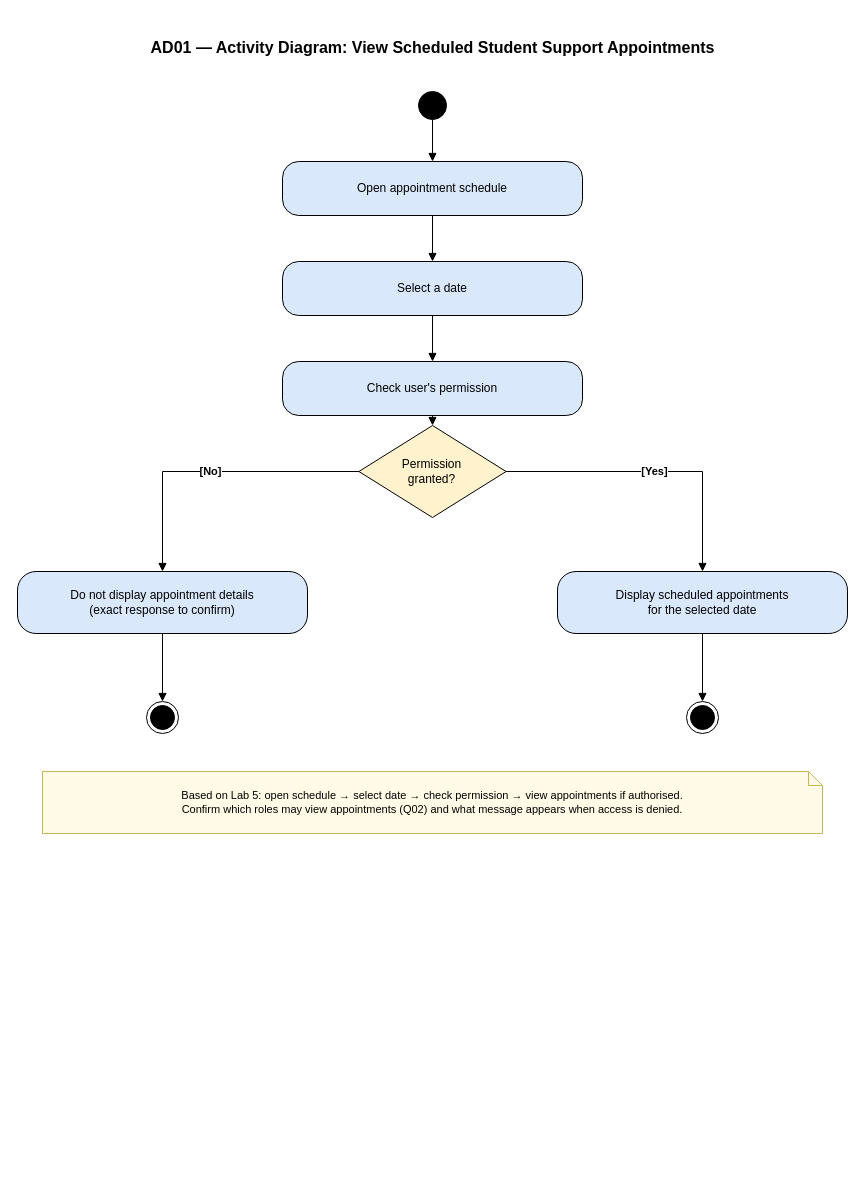
Above: project/diagrams/AD01-activity-diagram.drawio in ahhsurelookit/Requirements-Engineering-Project (draw.io), before the change. Source tidied: cells renumbered, new cells numbered last; positions are measured from the earlier drawing's top-left corner, leaving out a move shared by most shapes. Both pictures are drawn from the tidied source at 100%, with x=0, y=0 at pixel (17, 31).
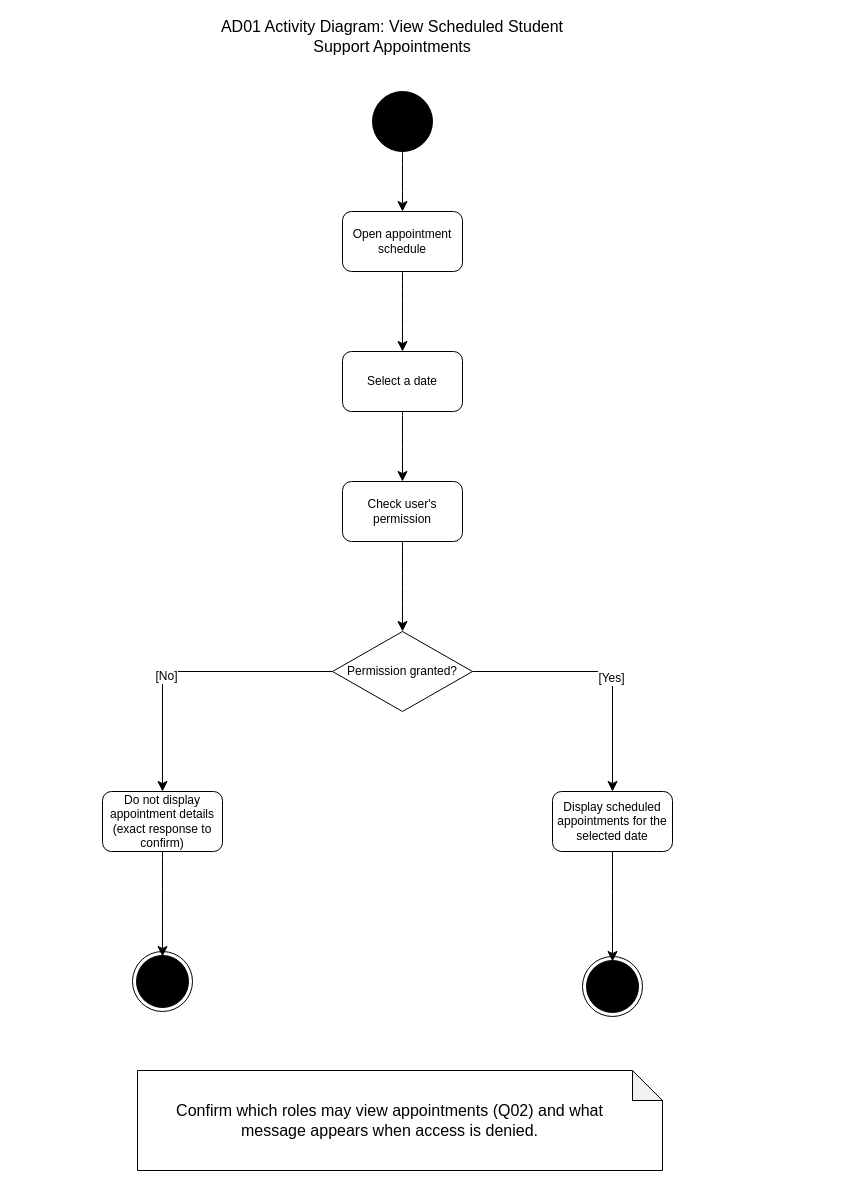
After the change.

The edit, as a diff of the source:
```diff
@@
-<mxGraphModel>
+<mxGraphModel background="light-dark(#ffffff, #121212)">
@@
-    <mxCell id="2" value="AD01 — Activity Diagram: View Scheduled Student Support Appointments" style="text;html=1;align=center;fontStyle=1;fontSize=16;" parent="1" vertex="1">
-      <mxGeometry x="5" width="820" height="40" as="geometry" />
-    </mxCell>
-    <mxCell id="3" style="ellipse;fillColor=#000000;strokeColor=#000000;" parent="1" vertex="1">
-      <mxGeometry x="401" y="60" width="28" height="28" as="geometry" />
-    </mxCell>
+    <mxCell id="21" style="edgeStyle=none;curved=1;rounded=0;curveGeometry=1;jettySize=auto;html=1;fontSize=12;defaultLabelBackgroundColor=page;labelPadding=0 4;startSize=8;endSize=8;fontColor=default;" parent="1" edge="1" source="22" target="4">
+      <mxGeometry relative="1" as="geometry" />
+    </mxCell>
+    <mxCell id="22" style="ellipse;html=1;fillColor=#000000;strokeColor=#000000;rounded=0;" parent="1" vertex="1">
+      <mxGeometry x="355" y="60" width="60" height="60" as="geometry" />
+    </mxCell>
+    <mxCell id="13" style="edgeStyle=none;curved=1;rounded=0;curveGeometry=1;jettySize=auto;html=1;fontSize=12;defaultLabelBackgroundColor=page;labelPadding=0 4;startSize=8;endSize=8;fontColor=default;" parent="1" edge="1" source="4" target="5">
+      <mxGeometry relative="1" as="geometry" />
+    </mxCell>
-    <mxCell id="4" value="Open appointment schedule" style="rounded=1;arcSize=30;whiteSpace=wrap;html=1;fillColor=#dae8fc;strokeColor=#000000;" parent="1" vertex="1">
-      <mxGeometry x="265" y="130" width="300" height="54" as="geometry" />
+    <mxCell id="4" value="Open appointment schedule" style="rounded=1;whiteSpace=wrap;html=1;labelBackgroundColor=none;roundedPerimeter=1;" parent="1" vertex="1">
+      <mxGeometry x="325" y="180" width="120" height="60" as="geometry" />
     </mxCell>
+    <mxCell id="14" style="edgeStyle=none;curved=1;rounded=0;curveGeometry=1;jettySize=auto;html=1;fontSize=12;defaultLabelBackgroundColor=page;labelPadding=0 4;startSize=8;endSize=8;fontColor=default;" parent="1" edge="1" source="5" target="6">
+      <mxGeometry relative="1" as="geometry" />
+    </mxCell>
-    <mxCell id="5" value="Select a date" style="rounded=1;arcSize=30;whiteSpace=wrap;html=1;fillColor=#dae8fc;strokeColor=#000000;" parent="1" vertex="1">
-      <mxGeometry x="265" y="230" width="300" height="54" as="geometry" />
+    <mxCell id="5" value="Select a date" style="rounded=1;whiteSpace=wrap;html=1;labelBackgroundColor=none;roundedPerimeter=1;" parent="1" vertex="1">
+      <mxGeometry x="325" y="320" width="120" height="60" as="geometry" />
     </mxCell>
+    <mxCell id="23" style="edgeStyle=none;curved=1;rounded=0;curveGeometry=1;jettySize=auto;html=1;fontSize=12;defaultLabelBackgroundColor=page;labelPadding=0 4;startSize=8;endSize=8;fontColor=default;" parent="1" edge="1" source="6" target="26">
+      <mxGeometry relative="1" as="geometry" />
+    </mxCell>
-    <mxCell id="6" value="Check user's permission" style="rounded=1;arcSize=30;whiteSpace=wrap;html=1;fillColor=#dae8fc;strokeColor=#000000;" parent="1" vertex="1">
-      <mxGeometry x="265" y="330" width="300" height="54" as="geometry" />
+    <mxCell id="6" value="Check user's permission" style="rounded=1;whiteSpace=wrap;html=1;labelBackgroundColor=none;roundedPerimeter=1;" parent="1" vertex="1">
+      <mxGeometry x="325" y="450" width="120" height="60" as="geometry" />
     </mxCell>
-    <mxCell id="7" value="Permission&lt;br&gt;granted?" style="rhombus;whiteSpace=wrap;html=1;fillColor=#fff2cc;strokeColor=#000000;" parent="1" vertex="1">
-      <mxGeometry x="341.4" y="394" width="147.2" height="92" as="geometry" />
-    </mxCell>
+    <mxCell id="24" style="edgeStyle=orthogonalEdgeStyle;rounded=0;jettySize=auto;html=1;fontSize=12;defaultLabelBackgroundColor=page;labelPadding=0 4;startSize=8;endSize=8;entryX=0.5;entryY=0;entryDx=0;entryDy=0;fontColor=default;" parent="1" edge="1" source="26" target="9">
+      <mxGeometry x="-0.42" relative="1" as="geometry" />
+    </mxCell>
+    <mxCell id="17" value="[Yes]" style="edgeLabel;html=1;align=center;verticalAlign=middle;inheritText=1;fontSize=12;defaultLabelBackgroundColor=page;labelPadding=0 4;rounded=0;" parent="24" vertex="1">
+      <mxGeometry x="0.12" y="-2" relative="1" as="geometry" />
+    </mxCell>
+    <mxCell id="25" style="edgeStyle=orthogonalEdgeStyle;rounded=0;jettySize=auto;html=1;fontSize=12;defaultLabelBackgroundColor=page;labelPadding=0 4;startSize=8;endSize=8;entryX=0.5;entryY=0;entryDx=0;entryDy=0;fontColor=default;" parent="1" edge="1" source="26" target="8">
+      <mxGeometry x="-0.38" relative="1" as="geometry" />
+    </mxCell>
+    <mxCell id="16" value="[No]" style="edgeLabel;html=1;align=center;verticalAlign=middle;inheritText=1;fontSize=12;defaultLabelBackgroundColor=page;labelPadding=0 4;rounded=0;" parent="25" vertex="1">
+      <mxGeometry x="0.2" y="3" relative="1" as="geometry" />
+    </mxCell>
+    <mxCell id="26" value="Permission g&lt;span style=&quot;text-decoration-line: inherit; background-color: transparent; color: light-dark(#000000, var(--ge-light-color, #ffffff));&quot;&gt;ranted?&lt;/span&gt;" style="rhombus;whiteSpace=wrap;html=1;shapeInside=1;labelBackgroundColor=none;rounded=0;" parent="1" vertex="1">
+      <mxGeometry x="315" y="600" width="140" height="80" as="geometry" />
+    </mxCell>
+    <mxCell id="27" style="edgeStyle=none;curved=1;rounded=0;curveGeometry=1;jettySize=auto;html=1;entryX=0.5;entryY=0;entryDx=0;entryDy=0;fontSize=12;defaultLabelBackgroundColor=page;labelPadding=0 4;startSize=8;endSize=8;fontColor=default;" parent="1" edge="1" source="9">
+      <mxGeometry relative="1" as="geometry">
+        <mxPoint x="595" y="930" as="targetPoint" />
+      </mxGeometry>
+    </mxCell>
+    <mxCell id="9" value="Display scheduled appointments for the selected date" style="rounded=1;whiteSpace=wrap;html=1;labelBackgroundColor=none;roundedPerimeter=1;" parent="1" vertex="1">
+      <mxGeometry x="535" y="760" width="120" height="60" as="geometry" />
+    </mxCell>
+    <mxCell id="28" style="edgeStyle=none;curved=1;rounded=0;curveGeometry=1;jettySize=auto;html=1;entryX=0.5;entryY=0;entryDx=0;entryDy=0;fontSize=12;defaultLabelBackgroundColor=page;labelPadding=0 4;startSize=8;endSize=8;fontColor=default;" parent="1" edge="1" source="8">
+      <mxGeometry relative="1" as="geometry">
+        <mxPoint x="145" y="925" as="targetPoint" />
+      </mxGeometry>
+    </mxCell>
-    <mxCell id="8" value="Do not display appointment details&lt;br&gt;(exact response to confirm)" style="rounded=1;arcSize=30;whiteSpace=wrap;html=1;fillColor=#dae8fc;strokeColor=#000000;" parent="1" vertex="1">
-      <mxGeometry y="540" width="290" height="62" as="geometry" />
+    <mxCell id="8" value="Do not display appointment details (exact response to confirm)" style="rounded=1;whiteSpace=wrap;html=1;labelBackgroundColor=none;roundedPerimeter=1;" parent="1" vertex="1">
+      <mxGeometry x="85" y="760" width="120" height="60" as="geometry" />
     </mxCell>
-    <mxCell id="9" value="Display scheduled appointments&lt;br&gt;for the selected date" style="rounded=1;arcSize=30;whiteSpace=wrap;html=1;fillColor=#dae8fc;strokeColor=#000000;" parent="1" vertex="1">
-      <mxGeometry x="540" y="540" width="290" height="62" as="geometry" />
-    </mxCell>
-    <mxCell id="10" style="ellipse;shape=endState;fillColor=#000000;strokeColor=#000000;" parent="1" vertex="1">
-      <mxGeometry x="129" y="670" width="32" height="32" as="geometry" />
-    </mxCell>
-    <mxCell id="11" style="ellipse;shape=endState;fillColor=#000000;strokeColor=#000000;" parent="1" vertex="1">
-      <mxGeometry x="669" y="670" width="32" height="32" as="geometry" />
-    </mxCell>
-    <mxCell id="12" style="endArrow=block;endFill=1;html=1;rounded=0;fontStyle=1;exitX=0.5;exitY=1;entryX=0.5;entryY=0;" parent="1" edge="1" source="3" target="4">
-      <mxGeometry relative="1" as="geometry" />
-    </mxCell>
-    <mxCell id="13" style="endArrow=block;endFill=1;html=1;rounded=0;fontStyle=1;exitX=0.5;exitY=1;entryX=0.5;entryY=0;" parent="1" edge="1" source="4" target="5">
-      <mxGeometry relative="1" as="geometry" />
-    </mxCell>
-    <mxCell id="14" style="endArrow=block;endFill=1;html=1;rounded=0;fontStyle=1;exitX=0.5;exitY=1;entryX=0.5;entryY=0;" parent="1" edge="1" source="5" target="6">
-      <mxGeometry relative="1" as="geometry" />
-    </mxCell>
-    <mxCell id="15" style="endArrow=block;endFill=1;html=1;rounded=0;fontStyle=1;exitX=0.5;exitY=1;entryX=0.5;entryY=0;" parent="1" edge="1" source="6" target="7">
-      <mxGeometry relative="1" as="geometry" />
-    </mxCell>
-    <mxCell id="16" value="[No]" style="endArrow=block;endFill=1;html=1;rounded=0;fontStyle=1;exitX=0;exitY=0.5;entryX=0.5;entryY=0;" parent="1" edge="1" source="7" target="8">
-      <mxGeometry relative="1" as="geometry">
-        <Array as="points">
-          <mxPoint x="145" y="440" />
-        </Array>
-      </mxGeometry>
-    </mxCell>
-    <mxCell id="17" value="[Yes]" style="endArrow=block;endFill=1;html=1;rounded=0;fontStyle=1;exitX=1;exitY=0.5;entryX=0.5;entryY=0;" parent="1" edge="1" source="7" target="9">
-      <mxGeometry relative="1" as="geometry">
-        <Array as="points">
-          <mxPoint x="685" y="440" />
-        </Array>
-      </mxGeometry>
-    </mxCell>
-    <mxCell id="18" style="endArrow=block;endFill=1;html=1;rounded=0;fontStyle=1;exitX=0.5;exitY=1;entryX=0.5;entryY=0;" parent="1" edge="1" source="8" target="10">
-      <mxGeometry relative="1" as="geometry" />
-    </mxCell>
-    <mxCell id="19" style="endArrow=block;endFill=1;html=1;rounded=0;fontStyle=1;exitX=0.5;exitY=1;entryX=0.5;entryY=0;" parent="1" edge="1" source="9" target="11">
-      <mxGeometry relative="1" as="geometry" />
-    </mxCell>
-    <mxCell id="20" value="Based on Lab 5: open schedule → select date → check permission → view appointments if authorised.&lt;br&gt;Confirm which roles may view appointments (Q02) and what message appears when access is denied." style="shape=note;whiteSpace=wrap;html=1;fillColor=#fffbe6;strokeColor=#c9b458;fontSize=11;size=14;" parent="1" vertex="1">
-      <mxGeometry x="25" y="740" width="780" height="62" as="geometry" />
-    </mxCell>
+    <mxCell id="29" value="AD01 Activity Diagram: View Scheduled Student Support Appointments" style="text;html=1;whiteSpace=wrap;strokeColor=none;fillColor=none;align=center;verticalAlign=middle;rounded=0;fontSize=16;labelBackgroundColor=none;" parent="1" vertex="1">
+      <mxGeometry x="195" y="-10" width="360" height="30" as="geometry" />
+    </mxCell>
+    <mxCell id="30" style="shape=note;whiteSpace=wrap;html=1;backgroundOutline=1;darkOpacity=0.05;labelBackgroundColor=none;rounded=0;" parent="1" vertex="1">
+      <mxGeometry x="120" y="1039" width="525" height="100" as="geometry" />
+    </mxCell>
+    <mxCell id="31" value="Confirm which roles may view appointments (Q02) and what message appears when access is denied." style="text;html=1;whiteSpace=wrap;strokeColor=none;fillColor=none;align=center;verticalAlign=middle;rounded=0;fontSize=16;labelBackgroundColor=none;" parent="1" vertex="1">
+      <mxGeometry x="125" y="1074" width="495" height="30" as="geometry" />
+    </mxCell>
+    <mxCell id="32" style="ellipse;html=1;shape=endState;labelBackgroundColor=none;rounded=0;fontColor=light-dark(#000000,#000000);fillColor=light-dark(#000000,#000000);" parent="1" vertex="1">
+      <mxGeometry x="565" y="925" width="60" height="60" as="geometry" />
+    </mxCell>
+    <mxCell id="33" style="ellipse;html=1;shape=endState;labelBackgroundColor=none;rounded=0;fontColor=light-dark(#000000,#000000);fillColor=light-dark(#000000,#000000);" parent="1" vertex="1">
+      <mxGeometry x="115" y="920" width="60" height="60" as="geometry" />
+    </mxCell>
```
